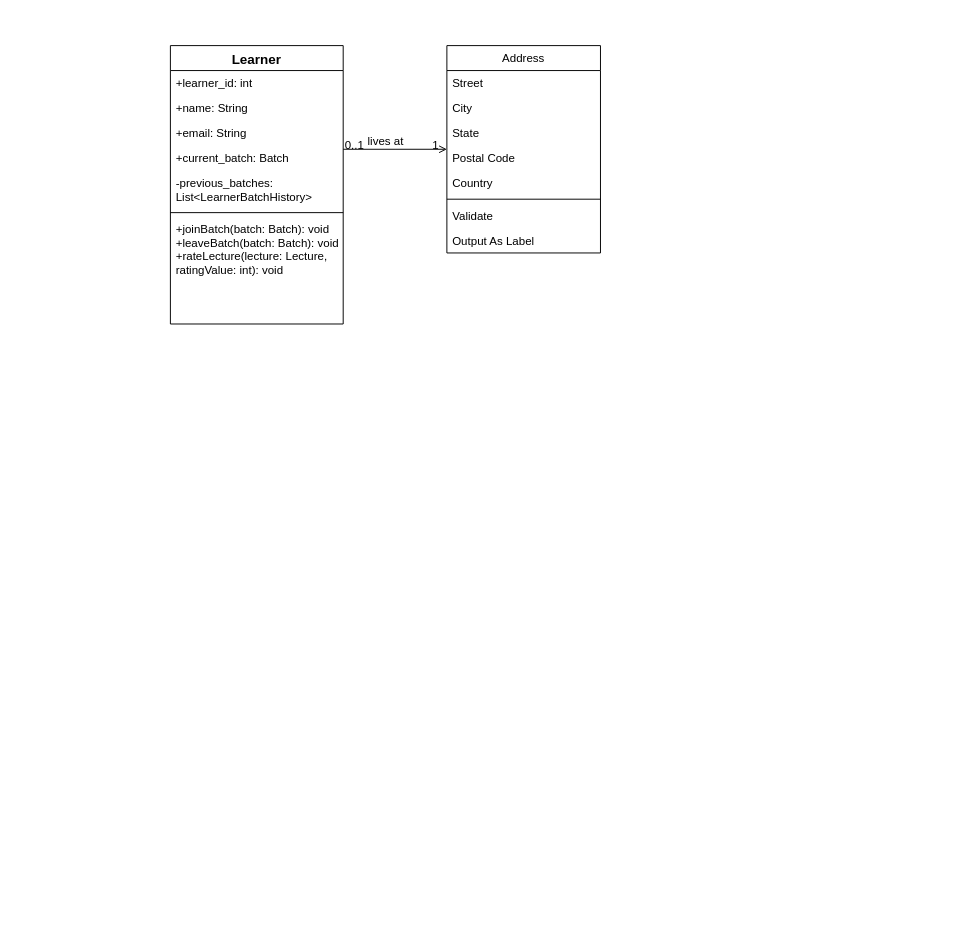
geeky-sanjay/class-diagrams keeps this draw.io diagram as Scaler-Class-Daigram.drawio. Above is the earlier version. Source tidied: cells renumbered, new cells numbered last; positions are measured from the earlier drawing's top-left corner, leaving out a move shared by most shapes. Both pictures are drawn from the tidied source at 96%, with x=0, y=0 at pixel (170, 45).
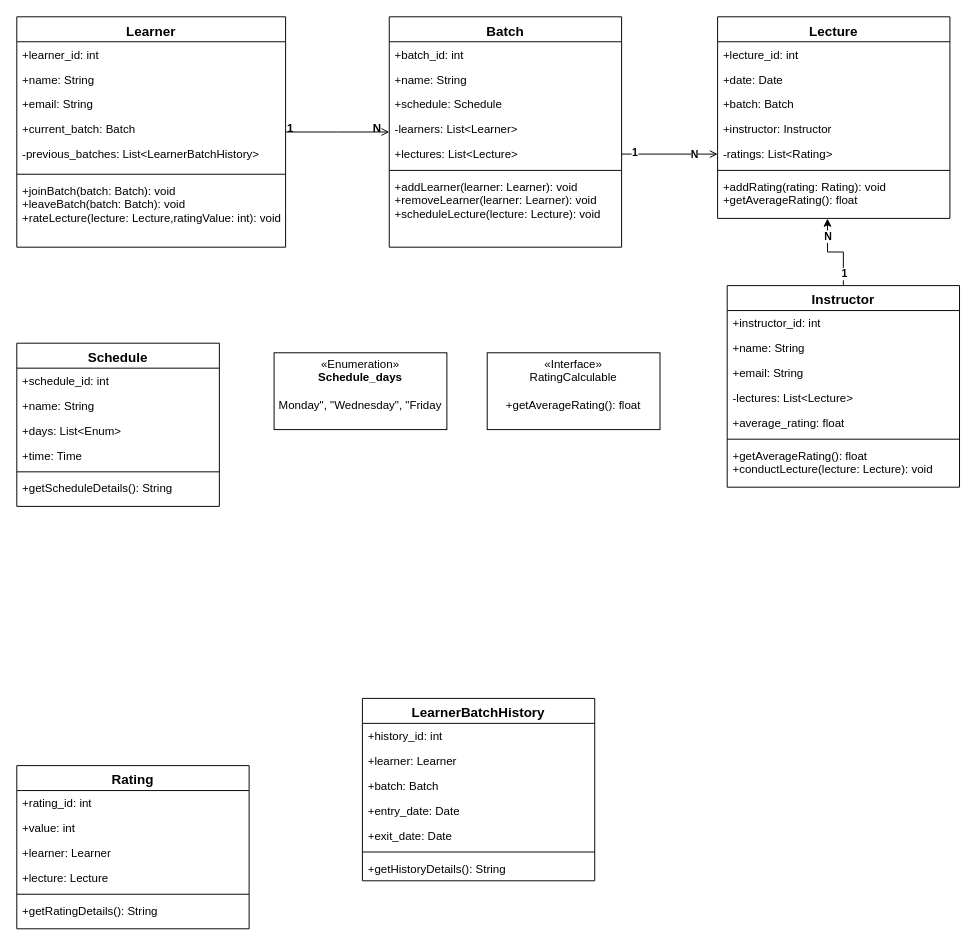
The same page after the edit.

Unchanged cells that the change refers to:
```xml
<mxCell id="19" style="endArrow=open;shadow=0;strokeWidth=1;rounded=0;curved=0;endFill=1;edgeStyle=elbowEdgeStyle;elbow=vertical;" parent="1" edge="1" source="2" target="10">
  <mxGeometry x="0.5" y="41" relative="1" as="geometry">
    <mxPoint x="-40" y="32" as="offset" />
  </mxGeometry>
</mxCell>
```

Change to the diagram source:
```diff
@@
     <mxCell id="2" value="Learner" style="swimlane;fontStyle=1;align=center;verticalAlign=top;horizontal=1;startSize=26;rounded=0;shadow=0;strokeWidth=1;fontSize=14;" parent="1" vertex="1">
-      <mxGeometry width="180" height="290" as="geometry" />
+      <mxGeometry x="-160" y="-30" width="280" height="240" as="geometry" />
     </mxCell>
     <mxCell id="3" value="+learner_id: int" style="text;align=left;verticalAlign=top;spacingLeft=4;spacingRight=4;overflow=hidden;" parent="2" vertex="1">
-      <mxGeometry y="26" width="180" height="26" as="geometry" />
+      <mxGeometry y="26" width="280" height="26" as="geometry" />
     </mxCell>
     <mxCell id="4" value="+name: String" style="text;align=left;verticalAlign=top;spacingLeft=4;spacingRight=4;overflow=hidden;rounded=0;shadow=0;html=0;" parent="2" vertex="1">
-      <mxGeometry y="52" width="180" height="26" as="geometry" />
+      <mxGeometry y="52" width="280" height="26" as="geometry" />
     </mxCell>
     <mxCell id="5" value="+email: String" style="text;align=left;verticalAlign=top;spacingLeft=4;spacingRight=4;overflow=hidden;rounded=0;shadow=0;html=0;" parent="2" vertex="1">
-      <mxGeometry y="78" width="180" height="26" as="geometry" />
+      <mxGeometry y="78" width="280" height="26" as="geometry" />
     </mxCell>
     <mxCell id="6" value="+current_batch: Batch" style="text;align=left;verticalAlign=top;spacingLeft=4;spacingRight=4;overflow=hidden;rounded=0;shadow=0;html=0;" parent="2" vertex="1">
-      <mxGeometry y="104" width="180" height="26" as="geometry" />
+      <mxGeometry y="104" width="280" height="26" as="geometry" />
     </mxCell>
-    <mxCell id="7" value="-previous_batches: &#10;List&lt;LearnerBatchHistory&gt;" style="text;align=left;verticalAlign=top;spacingLeft=4;spacingRight=4;overflow=hidden;rounded=0;shadow=0;html=0;" parent="2" vertex="1">
-      <mxGeometry y="130" width="180" height="40" as="geometry" />
+    <mxCell id="7" value="-previous_batches: List&lt;LearnerBatchHistory&gt;" style="text;align=left;verticalAlign=top;spacingLeft=4;spacingRight=4;overflow=hidden;rounded=0;shadow=0;html=0;" parent="2" vertex="1">
+      <mxGeometry y="130" width="280" height="30" as="geometry" />
     </mxCell>
     <mxCell id="8" style="line;html=1;strokeWidth=1;align=left;verticalAlign=middle;spacingTop=-1;spacingLeft=3;spacingRight=3;labelPosition=right;" parent="2" vertex="1">
-      <mxGeometry y="170" width="180" height="8" as="geometry" />
+      <mxGeometry y="160" width="280" height="8" as="geometry" />
     </mxCell>
-    <mxCell id="9" value="+joinBatch(batch: Batch): void&#10;+leaveBatch(batch: Batch): void&#10;+rateLecture(lecture: Lecture,&#10;ratingValue: int): void" style="text;align=left;verticalAlign=top;spacingLeft=4;spacingRight=4;overflow=hidden;" parent="2" vertex="1">
-      <mxGeometry y="178" width="180" height="72" as="geometry" />
+    <mxCell id="9" value="+joinBatch(batch: Batch): void&#10;+leaveBatch(batch: Batch): void&#10;+rateLecture(lecture: Lecture,ratingValue: int): void" style="text;align=left;verticalAlign=top;spacingLeft=4;spacingRight=4;overflow=hidden;" parent="2" vertex="1">
+      <mxGeometry y="168" width="280" height="52" as="geometry" />
     </mxCell>
-    <mxCell id="10" value="Address" style="swimlane;fontStyle=0;align=center;verticalAlign=top;horizontal=1;startSize=26;rounded=0;shadow=0;strokeWidth=1;" parent="1" vertex="1">
-      <mxGeometry x="288" width="160" height="216" as="geometry" />
+    <mxCell id="10" value="Batch" style="swimlane;fontStyle=1;align=center;verticalAlign=top;horizontal=1;startSize=26;rounded=0;shadow=0;strokeWidth=1;fontSize=14;" parent="1" vertex="1">
+      <mxGeometry x="228" y="-30" width="242" height="240" as="geometry" />
     </mxCell>
-    <mxCell id="11" value="Street" style="text;align=left;verticalAlign=top;spacingLeft=4;spacingRight=4;overflow=hidden;" parent="10" vertex="1">
-      <mxGeometry y="26" width="160" height="26" as="geometry" />
+    <mxCell id="11" value="+batch_id: int" style="text;align=left;verticalAlign=top;spacingLeft=4;spacingRight=4;overflow=hidden;" parent="10" vertex="1">
+      <mxGeometry y="26" width="242" height="26" as="geometry" />
     </mxCell>
-    <mxCell id="12" value="City" style="text;align=left;verticalAlign=top;spacingLeft=4;spacingRight=4;overflow=hidden;rounded=0;shadow=0;html=0;" parent="10" vertex="1">
-      <mxGeometry y="52" width="160" height="26" as="geometry" />
+    <mxCell id="12" value="+name: String" style="text;align=left;verticalAlign=top;spacingLeft=4;spacingRight=4;overflow=hidden;rounded=0;shadow=0;html=0;" parent="10" vertex="1">
+      <mxGeometry y="52" width="242" height="26" as="geometry" />
     </mxCell>
-    <mxCell id="13" value="State" style="text;align=left;verticalAlign=top;spacingLeft=4;spacingRight=4;overflow=hidden;rounded=0;shadow=0;html=0;" parent="10" vertex="1">
-      <mxGeometry y="78" width="160" height="26" as="geometry" />
+    <mxCell id="13" value="+schedule: Schedule" style="text;align=left;verticalAlign=top;spacingLeft=4;spacingRight=4;overflow=hidden;rounded=0;shadow=0;html=0;" parent="10" vertex="1">
+      <mxGeometry y="78" width="242" height="26" as="geometry" />
     </mxCell>
-    <mxCell id="14" value="Postal Code" style="text;align=left;verticalAlign=top;spacingLeft=4;spacingRight=4;overflow=hidden;rounded=0;shadow=0;html=0;" parent="10" vertex="1">
-      <mxGeometry y="104" width="160" height="26" as="geometry" />
+    <mxCell id="14" value="-learners: List&lt;Learner&gt;" style="text;align=left;verticalAlign=top;spacingLeft=4;spacingRight=4;overflow=hidden;rounded=0;shadow=0;html=0;" parent="10" vertex="1">
+      <mxGeometry y="104" width="242" height="26" as="geometry" />
     </mxCell>
-    <mxCell id="15" value="Country" style="text;align=left;verticalAlign=top;spacingLeft=4;spacingRight=4;overflow=hidden;points=[[0,0.5],[1,0.5]];portConstraint=eastwest;rounded=0;shadow=0;html=0;" parent="10" vertex="1">
-      <mxGeometry y="130" width="160" height="26" as="geometry" />
+    <mxCell id="15" value="+lectures: List&lt;Lecture&gt;" style="text;align=left;verticalAlign=top;spacingLeft=4;spacingRight=4;overflow=hidden;points=[[0,0.5],[1,0.5]];portConstraint=eastwest;rounded=0;shadow=0;html=0;" parent="10" vertex="1">
+      <mxGeometry y="130" width="242" height="26" as="geometry" />
     </mxCell>
     <mxCell id="16" style="line;html=1;strokeWidth=1;align=left;verticalAlign=middle;spacingTop=-1;spacingLeft=3;spacingRight=3;labelPosition=right;" parent="10" vertex="1">
-      <mxGeometry y="156" width="160" height="8" as="geometry" />
+      <mxGeometry y="156" width="242" height="8" as="geometry" />
     </mxCell>
-    <mxCell id="17" value="Validate" style="text;align=left;verticalAlign=top;spacingLeft=4;spacingRight=4;overflow=hidden;" parent="10" vertex="1">
-      <mxGeometry y="164" width="160" height="26" as="geometry" />
+    <mxCell id="17" value="+addLearner(learner: Learner): void&#10;+removeLearner(learner: Learner): void&#10;+scheduleLecture(lecture: Lecture): void" style="text;align=left;verticalAlign=top;spacingLeft=4;spacingRight=4;overflow=hidden;" parent="10" vertex="1">
+      <mxGeometry y="164" width="242" height="76" as="geometry" />
     </mxCell>
-    <mxCell id="18" value="Output As Label" style="text;align=left;verticalAlign=top;spacingLeft=4;spacingRight=4;overflow=hidden;" parent="10" vertex="1">
-      <mxGeometry y="190" width="160" height="26" as="geometry" />
-    </mxCell>
@@
-    <mxCell id="20" value="0..1" style="align=left;verticalAlign=bottom;labelBackgroundColor=none;fontSize=12;" parent="19" vertex="1">
+    <mxCell id="20" value="1" style="align=left;verticalAlign=bottom;labelBackgroundColor=none;fontSize=12;fontStyle=1;" parent="19" vertex="1">
       <mxGeometry x="-1" relative="1" as="geometry">
         <mxPoint y="4" as="offset" />
       </mxGeometry>
     </mxCell>
-    <mxCell id="21" value="1" style="align=right;verticalAlign=bottom;labelBackgroundColor=none;fontSize=12;" parent="19" vertex="1">
+    <mxCell id="21" value="N" style="align=right;verticalAlign=bottom;labelBackgroundColor=none;fontSize=12;fontStyle=1;" parent="19" vertex="1">
       <mxGeometry x="1" relative="1" as="geometry">
         <mxPoint x="-7" y="4" as="offset" />
       </mxGeometry>
     </mxCell>
-    <mxCell id="22" value="lives at" style="text;html=1;align=center;verticalAlign=middle;labelBackgroundColor=none;rounded=0;shadow=0;strokeWidth=1;fontSize=12;" parent="19" vertex="1">
-      <mxGeometry x="0.5" y="49" relative="1" as="geometry">
-        <mxPoint x="-38" y="40" as="offset" />
-      </mxGeometry>
-    </mxCell>
+    <mxCell id="23" value="Schedule" style="swimlane;fontStyle=1;align=center;verticalAlign=top;horizontal=1;startSize=26;rounded=0;shadow=0;strokeWidth=1;fontSize=14;" parent="1" vertex="1">
+      <mxGeometry x="-160" y="310" width="211" height="170" as="geometry" />
+    </mxCell>
+    <mxCell id="24" value="+schedule_id: int" style="text;align=left;verticalAlign=top;spacingLeft=4;spacingRight=4;overflow=hidden;" parent="23" vertex="1">
+      <mxGeometry y="26" width="211" height="26" as="geometry" />
+    </mxCell>
+    <mxCell id="25" value="+name: String" style="text;align=left;verticalAlign=top;spacingLeft=4;spacingRight=4;overflow=hidden;rounded=0;shadow=0;html=0;" parent="23" vertex="1">
+      <mxGeometry y="52" width="211" height="26" as="geometry" />
+    </mxCell>
+    <mxCell id="26" value="+days: List&lt;Enum&gt; " style="text;align=left;verticalAlign=top;spacingLeft=4;spacingRight=4;overflow=hidden;rounded=0;shadow=0;html=0;" parent="23" vertex="1">
+      <mxGeometry y="78" width="211" height="26" as="geometry" />
+    </mxCell>
+    <mxCell id="27" value="+time: Time" style="text;align=left;verticalAlign=top;spacingLeft=4;spacingRight=4;overflow=hidden;rounded=0;shadow=0;html=0;" parent="23" vertex="1">
+      <mxGeometry y="104" width="211" height="26" as="geometry" />
+    </mxCell>
+    <mxCell id="28" style="line;html=1;strokeWidth=1;align=left;verticalAlign=middle;spacingTop=-1;spacingLeft=3;spacingRight=3;labelPosition=right;" parent="23" vertex="1">
+      <mxGeometry y="130" width="211" height="8" as="geometry" />
+    </mxCell>
+    <mxCell id="29" value="+getScheduleDetails(): String" style="text;align=left;verticalAlign=top;spacingLeft=4;spacingRight=4;overflow=hidden;" parent="23" vertex="1">
+      <mxGeometry y="138" width="211" height="32" as="geometry" />
+    </mxCell>
+    <mxCell id="30" value="«Enumeration»&lt;br&gt;&lt;b&gt;Schedule_days&lt;br&gt;&lt;br&gt;&lt;/b&gt;Monday&quot;, &quot;Wednesday&quot;, &quot;Friday&lt;b&gt;&lt;br&gt;&lt;br&gt;&lt;/b&gt;" style="html=1;whiteSpace=wrap;" parent="1" vertex="1">
+      <mxGeometry x="108" y="320" width="180" height="80" as="geometry" />
+    </mxCell>
+    <mxCell id="31" value="Lecture" style="swimlane;fontStyle=1;align=center;verticalAlign=top;horizontal=1;startSize=26;rounded=0;shadow=0;strokeWidth=1;fontSize=14;" parent="1" vertex="1">
+      <mxGeometry x="570" y="-30" width="242" height="210" as="geometry" />
+    </mxCell>
+    <mxCell id="32" value="+lecture_id: int" style="text;align=left;verticalAlign=top;spacingLeft=4;spacingRight=4;overflow=hidden;" parent="31" vertex="1">
+      <mxGeometry y="26" width="242" height="26" as="geometry" />
+    </mxCell>
+    <mxCell id="33" value="+date: Date" style="text;align=left;verticalAlign=top;spacingLeft=4;spacingRight=4;overflow=hidden;rounded=0;shadow=0;html=0;" parent="31" vertex="1">
+      <mxGeometry y="52" width="242" height="26" as="geometry" />
+    </mxCell>
+    <mxCell id="34" value="+batch: Batch" style="text;align=left;verticalAlign=top;spacingLeft=4;spacingRight=4;overflow=hidden;rounded=0;shadow=0;html=0;" parent="31" vertex="1">
+      <mxGeometry y="78" width="242" height="26" as="geometry" />
+    </mxCell>
+    <mxCell id="35" value="+instructor: Instructor" style="text;align=left;verticalAlign=top;spacingLeft=4;spacingRight=4;overflow=hidden;rounded=0;shadow=0;html=0;" parent="31" vertex="1">
+      <mxGeometry y="104" width="242" height="26" as="geometry" />
+    </mxCell>
+    <mxCell id="36" value="-ratings: List&lt;Rating&gt;" style="text;align=left;verticalAlign=top;spacingLeft=4;spacingRight=4;overflow=hidden;points=[[0,0.5],[1,0.5]];portConstraint=eastwest;rounded=0;shadow=0;html=0;" parent="31" vertex="1">
+      <mxGeometry y="130" width="242" height="26" as="geometry" />
+    </mxCell>
+    <mxCell id="37" style="line;html=1;strokeWidth=1;align=left;verticalAlign=middle;spacingTop=-1;spacingLeft=3;spacingRight=3;labelPosition=right;" parent="31" vertex="1">
+      <mxGeometry y="156" width="242" height="8" as="geometry" />
+    </mxCell>
+    <mxCell id="38" value="+addRating(rating: Rating): void&#10;+getAverageRating(): float" style="text;align=left;verticalAlign=top;spacingLeft=4;spacingRight=4;overflow=hidden;points=[[0,0.5],[1,0.5]];portConstraint=eastwest;" parent="31" vertex="1">
+      <mxGeometry y="164" width="242" height="46" as="geometry" />
+    </mxCell>
+    <mxCell id="39" value="Instructor" style="swimlane;fontStyle=1;align=center;verticalAlign=top;horizontal=1;startSize=26;rounded=0;shadow=0;strokeWidth=1;fontSize=14;" parent="1" vertex="1">
+      <mxGeometry x="580" y="250" width="242" height="210" as="geometry" />
+    </mxCell>
+    <mxCell id="40" value="+instructor_id: int" style="text;align=left;verticalAlign=top;spacingLeft=4;spacingRight=4;overflow=hidden;" parent="39" vertex="1">
+      <mxGeometry y="26" width="242" height="26" as="geometry" />
+    </mxCell>
+    <mxCell id="41" value="+name: String" style="text;align=left;verticalAlign=top;spacingLeft=4;spacingRight=4;overflow=hidden;rounded=0;shadow=0;html=0;" parent="39" vertex="1">
+      <mxGeometry y="52" width="242" height="26" as="geometry" />
+    </mxCell>
+    <mxCell id="42" value="+email: String" style="text;align=left;verticalAlign=top;spacingLeft=4;spacingRight=4;overflow=hidden;rounded=0;shadow=0;html=0;" parent="39" vertex="1">
+      <mxGeometry y="78" width="242" height="26" as="geometry" />
+    </mxCell>
+    <mxCell id="43" value="-lectures: List&lt;Lecture&gt;" style="text;align=left;verticalAlign=top;spacingLeft=4;spacingRight=4;overflow=hidden;rounded=0;shadow=0;html=0;" parent="39" vertex="1">
+      <mxGeometry y="104" width="242" height="26" as="geometry" />
+    </mxCell>
+    <mxCell id="44" value="+average_rating: float" style="text;align=left;verticalAlign=top;spacingLeft=4;spacingRight=4;overflow=hidden;rounded=0;shadow=0;html=0;" parent="39" vertex="1">
+      <mxGeometry y="130" width="242" height="26" as="geometry" />
+    </mxCell>
+    <mxCell id="45" style="line;html=1;strokeWidth=1;align=left;verticalAlign=middle;spacingTop=-1;spacingLeft=3;spacingRight=3;labelPosition=right;" parent="39" vertex="1">
+      <mxGeometry y="156" width="242" height="8" as="geometry" />
+    </mxCell>
+    <mxCell id="46" value="+getAverageRating(): float&#10;+conductLecture(lecture: Lecture): void" style="text;align=left;verticalAlign=top;spacingLeft=4;spacingRight=4;overflow=hidden;" parent="39" vertex="1">
+      <mxGeometry y="164" width="242" height="46" as="geometry" />
+    </mxCell>
+    <mxCell id="47" value="Rating" style="swimlane;fontStyle=1;align=center;verticalAlign=top;horizontal=1;startSize=26;rounded=0;shadow=0;strokeWidth=1;fontSize=14;" parent="1" vertex="1">
+      <mxGeometry x="-160" y="750" width="242" height="170" as="geometry" />
+    </mxCell>
+    <mxCell id="48" value="+rating_id: int" style="text;align=left;verticalAlign=top;spacingLeft=4;spacingRight=4;overflow=hidden;" parent="47" vertex="1">
+      <mxGeometry y="26" width="242" height="26" as="geometry" />
+    </mxCell>
+    <mxCell id="49" value="+value: int" style="text;align=left;verticalAlign=top;spacingLeft=4;spacingRight=4;overflow=hidden;rounded=0;shadow=0;html=0;" parent="47" vertex="1">
+      <mxGeometry y="52" width="242" height="26" as="geometry" />
+    </mxCell>
+    <mxCell id="50" value="+learner: Learner" style="text;align=left;verticalAlign=top;spacingLeft=4;spacingRight=4;overflow=hidden;rounded=0;shadow=0;html=0;" parent="47" vertex="1">
+      <mxGeometry y="78" width="242" height="26" as="geometry" />
+    </mxCell>
+    <mxCell id="51" value="+lecture: Lecture" style="text;align=left;verticalAlign=top;spacingLeft=4;spacingRight=4;overflow=hidden;rounded=0;shadow=0;html=0;" parent="47" vertex="1">
+      <mxGeometry y="104" width="242" height="26" as="geometry" />
+    </mxCell>
+    <mxCell id="52" style="line;html=1;strokeWidth=1;align=left;verticalAlign=middle;spacingTop=-1;spacingLeft=3;spacingRight=3;labelPosition=right;" parent="47" vertex="1">
+      <mxGeometry y="130" width="242" height="8" as="geometry" />
+    </mxCell>
+    <mxCell id="53" value="+getRatingDetails(): String" style="text;align=left;verticalAlign=top;spacingLeft=4;spacingRight=4;overflow=hidden;" parent="47" vertex="1">
+      <mxGeometry y="138" width="242" height="32" as="geometry" />
+    </mxCell>
+    <mxCell id="54" value="LearnerBatchHistory" style="swimlane;fontStyle=1;align=center;verticalAlign=top;horizontal=1;startSize=26;rounded=0;shadow=0;strokeWidth=1;fontSize=14;" parent="1" vertex="1">
+      <mxGeometry x="200" y="680" width="242" height="190" as="geometry" />
+    </mxCell>
+    <mxCell id="55" value="+history_id: int" style="text;align=left;verticalAlign=top;spacingLeft=4;spacingRight=4;overflow=hidden;" parent="54" vertex="1">
+      <mxGeometry y="26" width="242" height="26" as="geometry" />
+    </mxCell>
+    <mxCell id="56" value="+learner: Learner" style="text;align=left;verticalAlign=top;spacingLeft=4;spacingRight=4;overflow=hidden;rounded=0;shadow=0;html=0;" parent="54" vertex="1">
+      <mxGeometry y="52" width="242" height="26" as="geometry" />
+    </mxCell>
+    <mxCell id="57" value="+batch: Batch" style="text;align=left;verticalAlign=top;spacingLeft=4;spacingRight=4;overflow=hidden;rounded=0;shadow=0;html=0;" parent="54" vertex="1">
+      <mxGeometry y="78" width="242" height="26" as="geometry" />
+    </mxCell>
+    <mxCell id="58" value="+entry_date: Date" style="text;align=left;verticalAlign=top;spacingLeft=4;spacingRight=4;overflow=hidden;rounded=0;shadow=0;html=0;" parent="54" vertex="1">
+      <mxGeometry y="104" width="242" height="26" as="geometry" />
+    </mxCell>
+    <mxCell id="59" value="+exit_date: Date" style="text;align=left;verticalAlign=top;spacingLeft=4;spacingRight=4;overflow=hidden;rounded=0;shadow=0;html=0;" parent="54" vertex="1">
+      <mxGeometry y="130" width="242" height="26" as="geometry" />
+    </mxCell>
+    <mxCell id="60" style="line;html=1;strokeWidth=1;align=left;verticalAlign=middle;spacingTop=-1;spacingLeft=3;spacingRight=3;labelPosition=right;" parent="54" vertex="1">
+      <mxGeometry y="156" width="242" height="8" as="geometry" />
+    </mxCell>
+    <mxCell id="61" value="+getHistoryDetails(): String" style="text;align=left;verticalAlign=top;spacingLeft=4;spacingRight=4;overflow=hidden;" parent="54" vertex="1">
+      <mxGeometry y="164" width="242" height="26" as="geometry" />
+    </mxCell>
+    <mxCell id="62" value="«Interface»&lt;br&gt;RatingCalculable&lt;b&gt;&lt;br&gt;&lt;br&gt;&lt;/b&gt;+getAverageRating(): float&lt;b&gt;&lt;br&gt;&lt;br&gt;&lt;/b&gt;" style="html=1;whiteSpace=wrap;" parent="1" vertex="1">
+      <mxGeometry x="330" y="320" width="180" height="80" as="geometry" />
+    </mxCell>
+    <mxCell id="63" style="edgeStyle=orthogonalEdgeStyle;rounded=0;jettySize=auto;html=1;exitX=1;exitY=0.5;exitDx=0;exitDy=0;entryX=0;entryY=0.5;entryDx=0;entryDy=0;endArrow=open;endFill=0;" parent="1" edge="1" source="15" target="36">
+      <mxGeometry relative="1" as="geometry" />
+    </mxCell>
+    <mxCell id="64" value="&lt;b&gt;1&lt;/b&gt;" style="edgeLabel;html=1;align=center;verticalAlign=middle;" parent="63" vertex="1">
+      <mxGeometry x="-0.73" y="2" relative="1" as="geometry">
+        <mxPoint x="-1" as="offset" />
+      </mxGeometry>
+    </mxCell>
+    <mxCell id="65" value="&lt;b&gt;N&lt;/b&gt;" style="edgeLabel;html=1;align=center;verticalAlign=middle;" parent="63" vertex="1">
+      <mxGeometry x="0.52" relative="1" as="geometry">
+        <mxPoint x="-1" as="offset" />
+      </mxGeometry>
+    </mxCell>
+    <mxCell id="66" style="edgeStyle=orthogonalEdgeStyle;rounded=0;jettySize=auto;html=1;entryX=0.473;entryY=1.004;entryDx=0;entryDy=0;entryPerimeter=0;" parent="1" edge="1" source="39" target="38">
+      <mxGeometry relative="1" as="geometry" />
+    </mxCell>
+    <mxCell id="67" value="&lt;b&gt;N&lt;/b&gt;" style="edgeLabel;html=1;align=center;verticalAlign=middle;" parent="66" vertex="1">
+      <mxGeometry x="0.58" relative="1" as="geometry" />
+    </mxCell>
+    <mxCell id="68" value="&lt;b&gt;1&lt;/b&gt;" style="edgeLabel;html=1;align=center;verticalAlign=middle;" parent="66" vertex="1">
+      <mxGeometry x="-0.71" relative="1" as="geometry" />
+    </mxCell>
```
